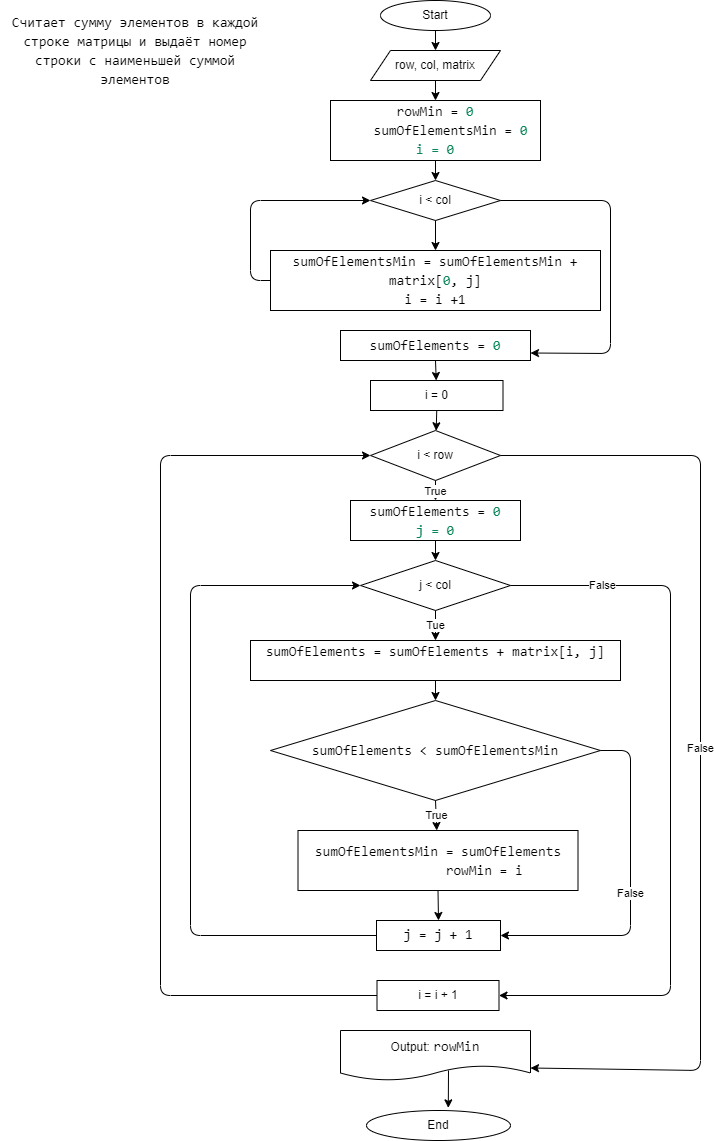
The draw.io diagram diagram.drawio.png in kononovaele/HomeTask_8, before a commit. Source tidied: cells renumbered, new cells last; positions are measured from the earlier drawing's top-left corner, leaving out a move shared by most shapes.
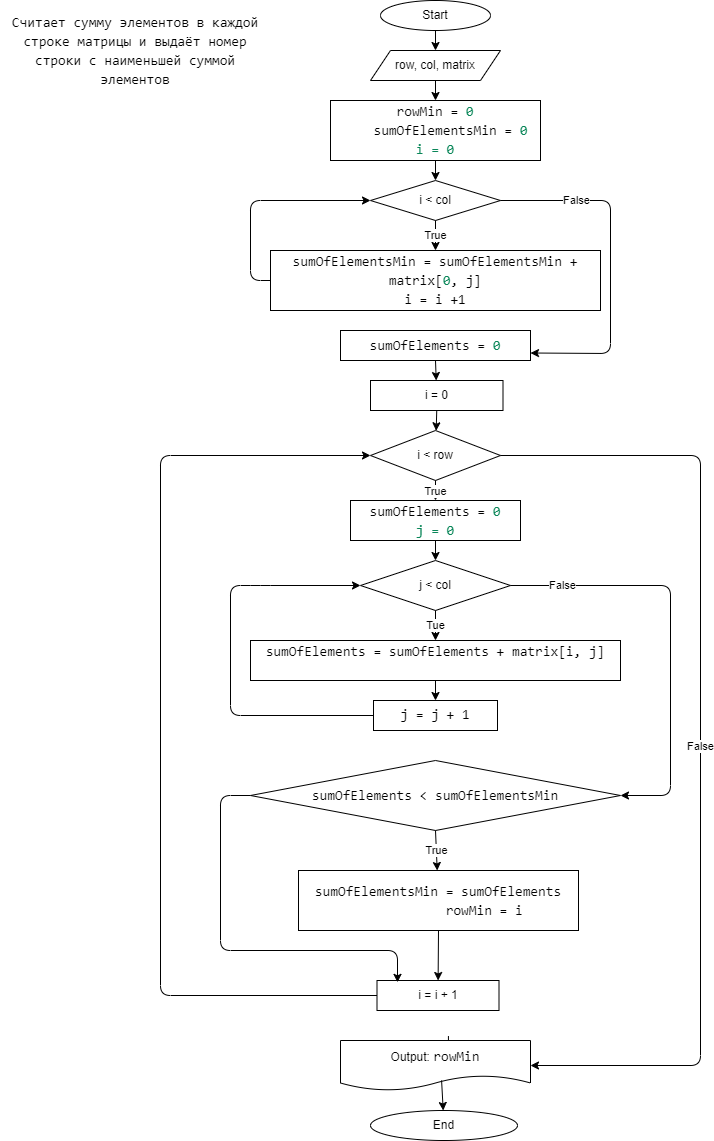
The same diagram one commit later.

Commit message:
fix bug in block-schema

Change to the diagram source:
```diff
@@ -6,7 +6,7 @@
       <mxGeometry x="380" width="110" height="30" as="geometry" />
     </mxCell>
     <mxCell id="3" value="End" style="ellipse;whiteSpace=wrap;html=1;" parent="1" vertex="1">
-      <mxGeometry x="366" y="1110" width="144" height="30" as="geometry" />
+      <mxGeometry x="370" y="1110" width="147" height="30" as="geometry" />
     </mxCell>
     <mxCell id="4" value="&lt;div style=&quot;background-color: rgb(255, 255, 255); font-family: Consolas, &amp;quot;Courier New&amp;quot;, monospace; font-size: 14px; line-height: 19px;&quot;&gt;Считает сумму элементов в каждой строке матрицы и выдаёт номер строки с наименьшей суммой элементов&lt;/div&gt;" style="text;html=1;strokeColor=none;fillColor=none;align=center;verticalAlign=middle;whiteSpace=wrap;rounded=0;" parent="1" vertex="1">
       <mxGeometry y="10" width="270" height="80" as="geometry" />
@@ -32,7 +32,7 @@
     <mxCell id="11" style="endArrow=classic;html=1;fontColor=#000000;exitX=0.5;exitY=1;exitDx=0;exitDy=0;" parent="1" edge="1" source="6" target="7">
       <mxGeometry relative="1" as="geometry" />
     </mxCell>
-    <mxCell id="12" style="endArrow=classic;html=1;fontColor=#000000;exitX=0.5;exitY=1;exitDx=0;exitDy=0;" parent="1" edge="1" source="7" target="8">
+    <mxCell id="12" value="True" style="endArrow=classic;html=1;fontColor=#000000;exitX=0.5;exitY=1;exitDx=0;exitDy=0;" parent="1" edge="1" source="7" target="8">
       <mxGeometry relative="1" as="geometry" />
     </mxCell>
     <mxCell id="13" style="endArrow=classic;html=1;fontColor=#000000;exitX=0;exitY=0.5;exitDx=0;exitDy=0;entryX=0;entryY=0.5;entryDx=0;entryDy=0;" parent="1" edge="1" source="8" target="7">
@@ -54,6 +54,9 @@
         </Array>
       </mxGeometry>
     </mxCell>
+    <mxCell id="31" value="False" style="edgeLabel;html=1;align=center;verticalAlign=middle;fontColor=#000000;" parent="15" vertex="1">
+      <mxGeometry x="-0.56" y="1" relative="1" as="geometry" />
+    </mxCell>
     <mxCell id="16" value="i = 0" style="rounded=0;whiteSpace=wrap;html=1;fontColor=#000000;" parent="1" vertex="1">
       <mxGeometry x="370" y="380" width="132.5" height="30" as="geometry" />
     </mxCell>
@@ -85,47 +88,25 @@
       <mxGeometry relative="1" as="geometry" />
     </mxCell>
     <mxCell id="26" value="&lt;div style=&quot;background-color: rgb(255, 255, 255); font-family: Consolas, &amp;quot;Courier New&amp;quot;, monospace; font-size: 14px; line-height: 19px;&quot;&gt;sumOfElements &amp;lt; sumOfElementsMin&lt;/div&gt;" style="rhombus;whiteSpace=wrap;html=1;fontColor=#000000;" parent="1" vertex="1">
-      <mxGeometry x="270" y="700" width="330" height="100" as="geometry" />
+      <mxGeometry x="250" y="760" width="370" height="70" as="geometry" />
     </mxCell>
     <mxCell id="27" value="&lt;div style=&quot;background-color: rgb(255, 255, 255); font-family: Consolas, &amp;quot;Courier New&amp;quot;, monospace; font-size: 14px; line-height: 19px;&quot;&gt;&lt;div&gt;sumOfElementsMin = sumOfElements&lt;/div&gt;&lt;div&gt;&amp;nbsp; &amp;nbsp; &amp;nbsp; &amp;nbsp; &amp;nbsp; &amp;nbsp; rowMin = i&lt;/div&gt;&lt;/div&gt;" style="rounded=0;whiteSpace=wrap;html=1;fontColor=#000000;" parent="1" vertex="1">
-      <mxGeometry x="297.5" y="830" width="280" height="60" as="geometry" />
+      <mxGeometry x="298" y="870" width="280" height="60" as="geometry" />
     </mxCell>
     <mxCell id="28" value="True" style="endArrow=classic;html=1;fontColor=#000000;exitX=0.5;exitY=1;exitDx=0;exitDy=0;" parent="1" edge="1" source="26" target="27">
       <mxGeometry relative="1" as="geometry" />
     </mxCell>
     <mxCell id="29" value="&lt;span style=&quot;font-family: Consolas, &amp;quot;Courier New&amp;quot;, monospace; font-size: 14px; background-color: rgb(255, 255, 255);&quot;&gt;j = j + 1&lt;/span&gt;" style="rounded=0;whiteSpace=wrap;html=1;fontColor=#000000;" parent="1" vertex="1">
-      <mxGeometry x="376" y="920" width="124" height="30" as="geometry" />
+      <mxGeometry x="373" y="700" width="124" height="30" as="geometry" />
     </mxCell>
-    <mxCell id="30" style="endArrow=classic;html=1;fontColor=#000000;exitX=0.5;exitY=1;exitDx=0;exitDy=0;entryX=0.5;entryY=0;entryDx=0;entryDy=0;" parent="1" edge="1" source="27" target="29">
-      <mxGeometry relative="1" as="geometry" />
-    </mxCell>
-    <mxCell id="31" value="False" style="endArrow=classic;html=1;fontColor=#000000;exitX=1;exitY=0.5;exitDx=0;exitDy=0;entryX=1;entryY=0.5;entryDx=0;entryDy=0;" parent="1" edge="1" source="26" target="29">
-      <mxGeometry relative="1" as="geometry">
-        <Array as="points">
-          <mxPoint x="630" y="750" />
-          <mxPoint x="630" y="935" />
-        </Array>
-      </mxGeometry>
-    </mxCell>
-    <mxCell id="32" style="endArrow=classic;html=1;fontColor=#000000;exitX=0;exitY=0.5;exitDx=0;exitDy=0;entryX=0;entryY=0.5;entryDx=0;entryDy=0;" parent="1" edge="1" source="29" target="20">
-      <mxGeometry relative="1" as="geometry">
-        <Array as="points">
-          <mxPoint x="190" y="935" />
-          <mxPoint x="190" y="585" />
-        </Array>
-      </mxGeometry>
-    </mxCell>
-    <mxCell id="33" style="endArrow=classic;html=1;fontColor=#000000;exitX=0.5;exitY=1;exitDx=0;exitDy=0;" parent="1" edge="1" source="21" target="26">
-      <mxGeometry relative="1" as="geometry" />
-    </mxCell>
     <mxCell id="34" value="i = i + 1" style="rounded=0;whiteSpace=wrap;html=1;fontColor=#000000;" parent="1" vertex="1">
       <mxGeometry x="376.5" y="980" width="122" height="30" as="geometry" />
     </mxCell>
-    <mxCell id="35" style="endArrow=classic;html=1;fontColor=#000000;exitX=1;exitY=0.5;exitDx=0;exitDy=0;entryX=1;entryY=0.5;entryDx=0;entryDy=0;" parent="1" edge="1" source="20" target="34">
+    <mxCell id="35" style="endArrow=classic;html=1;fontColor=#000000;exitX=1;exitY=0.5;exitDx=0;exitDy=0;entryX=1;entryY=0.5;entryDx=0;entryDy=0;" parent="1" edge="1" source="20" target="26">
       <mxGeometry relative="1" as="geometry">
         <Array as="points">
           <mxPoint x="670" y="585" />
-          <mxPoint x="670" y="995" />
+          <mxPoint x="670" y="795" />
         </Array>
       </mxGeometry>
     </mxCell>
@@ -140,21 +121,48 @@
         </Array>
       </mxGeometry>
     </mxCell>
+    <mxCell id="39" value="False" style="endArrow=classic;html=1;fontColor=#000000;exitX=1;exitY=0.5;exitDx=0;exitDy=0;entryX=1;entryY=0.5;entryDx=0;entryDy=0;" parent="1" edge="1" source="18" target="38">
+      <mxGeometry relative="1" as="geometry">
+        <Array as="points">
+          <mxPoint x="700" y="455" />
+          <mxPoint x="700" y="1065" />
+        </Array>
+      </mxGeometry>
+    </mxCell>
+    <mxCell id="32" style="endArrow=classic;html=1;fontColor=#000000;exitX=0;exitY=0.5;exitDx=0;exitDy=0;entryX=0;entryY=0.5;entryDx=0;entryDy=0;" parent="1" edge="1" source="29" target="20">
+      <mxGeometry relative="1" as="geometry">
+        <Array as="points">
+          <mxPoint x="230" y="715" />
+          <mxPoint x="230" y="585" />
+          <mxPoint x="260" y="585" />
+        </Array>
+      </mxGeometry>
+    </mxCell>
+    <mxCell id="41" style="endArrow=classic;html=1;fontColor=#000000;exitX=0.5;exitY=1;exitDx=0;exitDy=0;" parent="1" edge="1" source="21" target="29">
+      <mxGeometry relative="1" as="geometry" />
+    </mxCell>
+    <mxCell id="42" style="endArrow=classic;html=1;fontColor=#000000;exitX=0.5;exitY=1;exitDx=0;exitDy=0;" parent="1" edge="1" source="27" target="34">
+      <mxGeometry relative="1" as="geometry" />
+    </mxCell>
+    <mxCell id="43" style="endArrow=classic;html=1;fontColor=#000000;exitX=0;exitY=0.5;exitDx=0;exitDy=0;entryX=0.168;entryY=0.062;entryDx=0;entryDy=0;entryPerimeter=0;" parent="1" edge="1" source="26" target="34">
+      <mxGeometry relative="1" as="geometry">
+        <Array as="points">
+          <mxPoint x="220" y="795" />
+          <mxPoint x="220" y="950" />
+          <mxPoint x="397" y="950" />
+        </Array>
+      </mxGeometry>
+    </mxCell>
+    <mxCell id="44" style="endArrow=none;html=1;fontColor=#000000;entryX=0.568;entryY=-0.088;entryDx=0;entryDy=0;entryPerimeter=0;" parent="1" edge="1" target="38">
+      <mxGeometry relative="1" as="geometry">
+        <mxPoint x="448" y="1070" as="sourcePoint" />
+      </mxGeometry>
+    </mxCell>
     <mxCell id="38" value="Output:&amp;nbsp;&lt;span style=&quot;font-family: Consolas, &amp;quot;Courier New&amp;quot;, monospace; font-size: 14px; background-color: rgb(255, 255, 255);&quot;&gt;rowMin&lt;/span&gt;" style="shape=document;whiteSpace=wrap;html=1;boundedLbl=1;fontColor=#000000;" parent="1" vertex="1">
-      <mxGeometry x="340" y="1030" width="190" height="50" as="geometry" />
+      <mxGeometry x="340" y="1040" width="190" height="50" as="geometry" />
     </mxCell>
-    <mxCell id="39" value="False" style="endArrow=classic;html=1;fontColor=#000000;exitX=1;exitY=0.5;exitDx=0;exitDy=0;entryX=1;entryY=0.75;entryDx=0;entryDy=0;" parent="1" edge="1" source="18" target="38">
-      <mxGeometry relative="1" as="geometry">
-        <Array as="points">
-          <mxPoint x="700" y="455" />
-          <mxPoint x="700" y="1070" />
-        </Array>
-      </mxGeometry>
-    </mxCell>
-    <mxCell id="40" style="endArrow=classic;html=1;fontColor=#000000;entryX=0.568;entryY=-0.088;entryDx=0;entryDy=0;entryPerimeter=0;" parent="1" edge="1" target="3">
-      <mxGeometry relative="1" as="geometry">
-        <mxPoint x="448" y="1070" as="sourcePoint" />
-      </mxGeometry>
-    </mxCell>
+    <mxCell id="45" style="endArrow=classic;html=1;fontColor=#000000;exitX=0.532;exitY=0.798;exitDx=0;exitDy=0;exitPerimeter=0;" parent="1" edge="1" source="38" target="3">
+      <mxGeometry relative="1" as="geometry" />
+    </mxCell>
   </root>
 </mxGraphModel>
```
